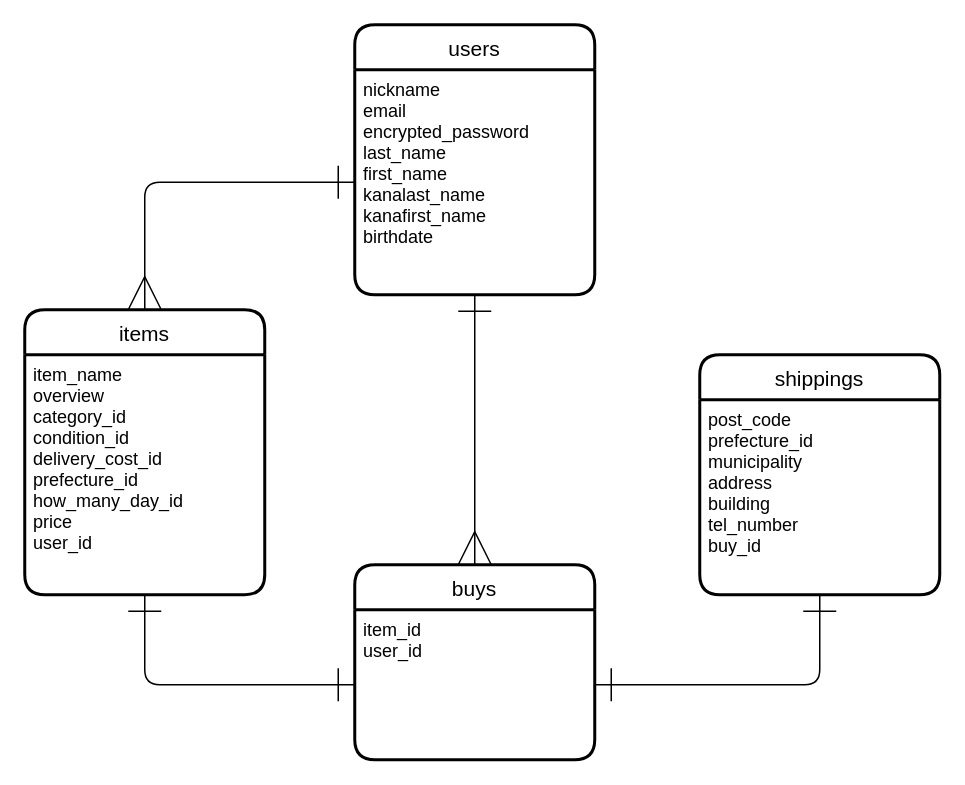
This is ermap.dio from Fjkazu/furima-39904, a draw.io file, before an edit. Source tidied: cells renumbered, new cells numbered last; positions are measured from the earlier drawing's top-left corner, leaving out a move shared by most shapes. Both pictures are drawn from the tidied source at 150%, with x=0, y=0 at pixel (24, 24).
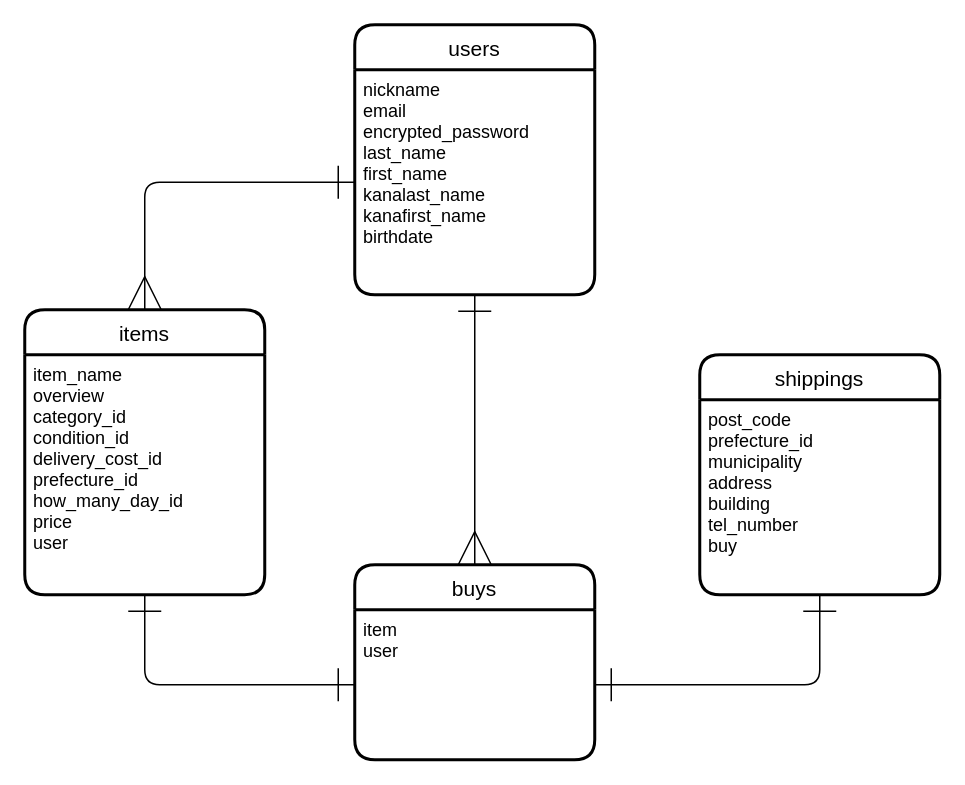
The same diagram, later.

Commit message:
データベース設計ER図修正

The edit, as a diff of the source:
```diff
@@
 <mxGraphModel>
   <root>
     <mxCell id="0" />
     <mxCell id="1" parent="0" />
     <mxCell id="2" value="items" style="swimlane;horizontal=1;startSize=30;rounded=1;fontSize=14;fontStyle=0;strokeWidth=2;shadow=0;dashed=0;align=center;" parent="1" vertex="1">
       <mxGeometry y="190" width="160" height="190" as="geometry" />
     </mxCell>
-    <mxCell id="3" value="item_name&#10;overview&#10;category_id&#10;condition_id&#10;delivery_cost_id&#10;prefecture_id&#10;how_many_day_id&#10;price&#10;user_id" style="align=left;strokeColor=none;fillColor=none;spacingLeft=4;fontSize=12;verticalAlign=top;" parent="2" vertex="1">
+    <mxCell id="3" value="item_name&#10;overview&#10;category_id&#10;condition_id&#10;delivery_cost_id&#10;prefecture_id&#10;how_many_day_id&#10;price&#10;user" style="align=left;strokeColor=none;fillColor=none;spacingLeft=4;fontSize=12;verticalAlign=top;" parent="2" vertex="1">
       <mxGeometry y="30" width="160" height="160" as="geometry" />
     </mxCell>
     <mxCell id="4" value="users" style="swimlane;horizontal=1;startSize=30;rounded=1;fontSize=14;fontStyle=0;strokeWidth=2;shadow=0;dashed=0;align=center;" parent="1" vertex="1">
       <mxGeometry x="220" width="160" height="180" as="geometry" />
     </mxCell>
     <mxCell id="5" value="nickname&#10;email&#10;encrypted_password&#10;last_name&#10;first_name&#10;kanalast_name&#10;kanafirst_name&#10;birthdate" style="align=left;strokeColor=none;fillColor=none;spacingLeft=4;fontSize=12;verticalAlign=top;" parent="4" vertex="1">
       <mxGeometry y="30" width="160" height="150" as="geometry" />
     </mxCell>
     <mxCell id="6" value="shippings" style="swimlane;horizontal=1;startSize=30;rounded=1;fontSize=14;fontStyle=0;strokeWidth=2;shadow=0;dashed=0;align=center;" parent="1" vertex="1">
       <mxGeometry x="450" y="220" width="160" height="160" as="geometry" />
     </mxCell>
-    <mxCell id="7" value="post_code&#10;prefecture_id&#10;municipality&#10;address&#10;building&#10;tel_number&#10;buy_id" style="align=left;strokeColor=none;fillColor=none;spacingLeft=4;fontSize=12;verticalAlign=top;" parent="6" vertex="1">
+    <mxCell id="7" value="post_code&#10;prefecture_id&#10;municipality&#10;address&#10;building&#10;tel_number&#10;buy" style="align=left;strokeColor=none;fillColor=none;spacingLeft=4;fontSize=12;verticalAlign=top;" parent="6" vertex="1">
       <mxGeometry y="30" width="160" height="130" as="geometry" />
     </mxCell>
     <mxCell id="8" value="buys" style="swimlane;horizontal=1;startSize=30;rounded=1;fontSize=14;fontStyle=0;strokeWidth=2;shadow=0;dashed=0;align=center;" parent="1" vertex="1">
       <mxGeometry x="220" y="360" width="160" height="130" as="geometry" />
     </mxCell>
-    <mxCell id="9" value="item_id&#10;user_id" style="align=left;strokeColor=none;fillColor=none;spacingLeft=4;fontSize=12;verticalAlign=top;" parent="8" vertex="1">
+    <mxCell id="9" value="item&#10;user" style="align=left;strokeColor=none;fillColor=none;spacingLeft=4;fontSize=12;verticalAlign=top;" parent="8" vertex="1">
       <mxGeometry y="30" width="160" height="100" as="geometry" />
     </mxCell>
     <mxCell id="10" style="edgeStyle=none;html=1;exitX=0;exitY=0.5;exitDx=0;exitDy=0;entryX=0.5;entryY=0;entryDx=0;entryDy=0;endArrow=ERmany;endFill=0;endSize=20;startArrow=ERone;startFill=0;startSize=20;" parent="1" edge="1" source="5" target="2">
       <mxGeometry relative="1" as="geometry">
         <Array as="points">
           <mxPoint x="80" y="105" />
         </Array>
       </mxGeometry>
     </mxCell>
     <mxCell id="11" style="edgeStyle=none;html=1;exitX=0.5;exitY=1;exitDx=0;exitDy=0;entryX=0;entryY=0.5;entryDx=0;entryDy=0;startArrow=ERone;startFill=0;endArrow=ERone;endFill=0;startSize=20;endSize=20;" parent="1" edge="1" source="3" target="9">
       <mxGeometry relative="1" as="geometry">
         <Array as="points">
           <mxPoint x="80" y="440" />
         </Array>
       </mxGeometry>
     </mxCell>
     <mxCell id="12" style="edgeStyle=none;html=1;exitX=0.5;exitY=1;exitDx=0;exitDy=0;entryX=0.5;entryY=0;entryDx=0;entryDy=0;startArrow=ERone;startFill=0;endArrow=ERmany;endFill=0;startSize=20;endSize=20;" parent="1" edge="1" source="5" target="8">
       <mxGeometry relative="1" as="geometry" />
     </mxCell>
     <mxCell id="13" style="edgeStyle=none;html=1;exitX=1;exitY=0.5;exitDx=0;exitDy=0;entryX=0.5;entryY=1;entryDx=0;entryDy=0;startArrow=ERone;startFill=0;endArrow=ERone;endFill=0;startSize=20;endSize=20;" parent="1" edge="1" source="9" target="7">
       <mxGeometry relative="1" as="geometry">
         <Array as="points">
           <mxPoint x="530" y="440" />
         </Array>
       </mxGeometry>
     </mxCell>
   </root>
 </mxGraphModel>
```
